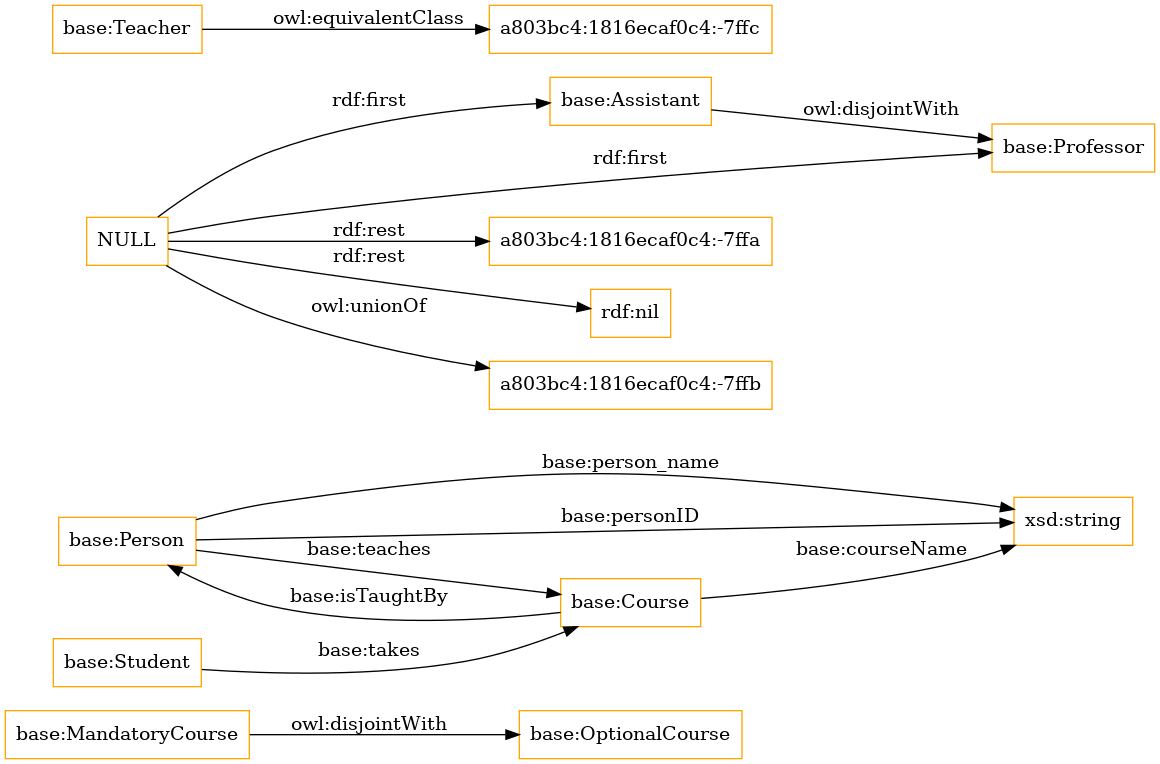
This is OnToology/MiniUniv_owlgred.owl/diagrams/ar2dtool-class/MiniUniv_owlgred.owl.png from sergejsrk/MiniUniversity1, a Graphviz export, as it was before one commit. Its source is kept beside it as OnToology/MiniUniv_owlgred.owl/diagrams/ar2dtool-class/MiniUniv_owlgred.owl.png.dot. Source of this version:
```dot
digraph ar2dtool_diagram {
rankdir=LR;
size="1501"
node [shape = rectangle, color="orange"]; "base:OptionalCourse" "base:Person" "base:Assistant" "a803bc4:1816ecaf0c4:-7ffc" "base:Course" "base:MandatoryCourse" "base:Student" "base:Professor" "base:Teacher" ; /*classes style*/
	"base:Teacher" -> "a803bc4:1816ecaf0c4:-7ffc" [ label = "owl:equivalentClass" ];
	"base:MandatoryCourse" -> "base:OptionalCourse" [ label = "owl:disjointWith" ];
	"base:Assistant" -> "base:Professor" [ label = "owl:disjointWith" ];
	"NULL" -> "a803bc4:1816ecaf0c4:-7ffa" [ label = "rdf:rest" ];
	"NULL" -> "base:Assistant" [ label = "rdf:first" ];
	"NULL" -> "rdf:nil" [ label = "rdf:rest" ];
	"NULL" -> "base:Professor" [ label = "rdf:first" ];
	"NULL" -> "a803bc4:1816ecaf0c4:-7ffb" [ label = "owl:unionOf" ];
	"base:Person" -> "xsd:string" [ label = "base:person_name" ];
	"base:Person" -> "base:Course" [ label = "base:teaches" ];
	"base:Course" -> "base:Person" [ label = "base:isTaughtBy" ];
	"base:Person" -> "xsd:string" [ label = "base:personID" ];
	"base:Student" -> "base:Course" [ label = "base:takes" ];
	"base:Course" -> "xsd:string" [ label = "base:courseName" ];

}
```
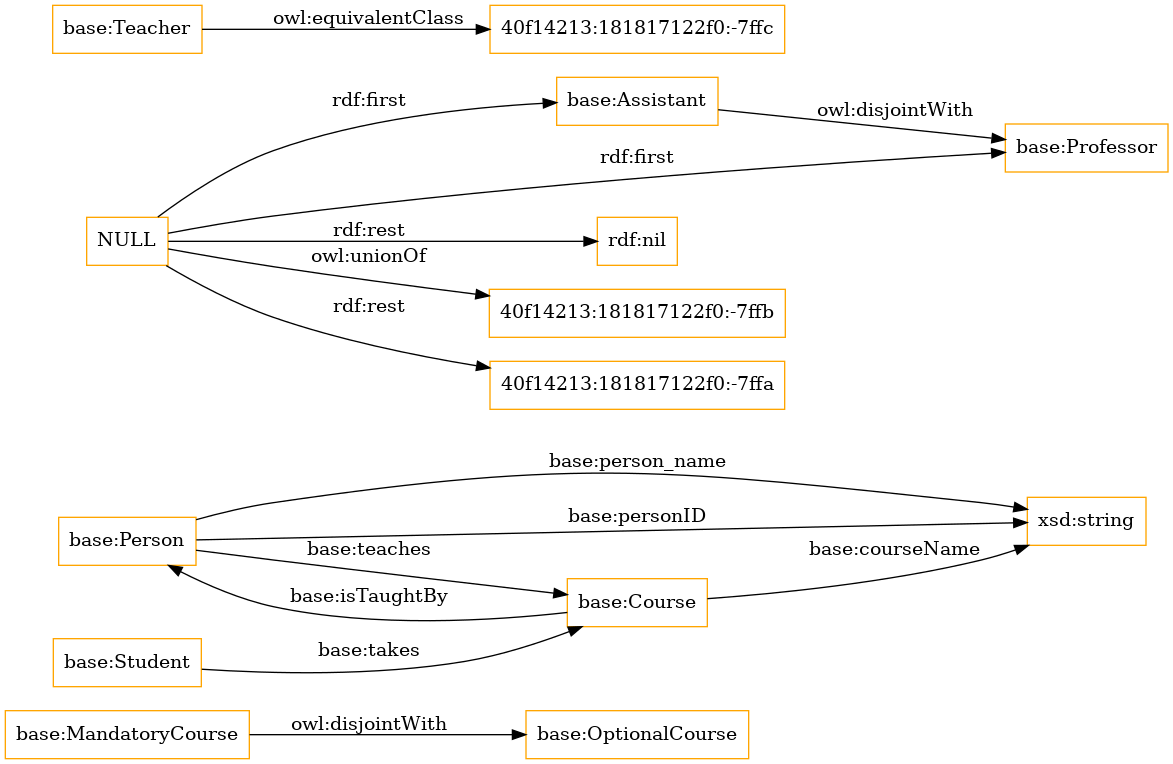
The same diagram one commit later.

Change to the diagram source:
```diff
@@ -1,15 +1,15 @@
 digraph ar2dtool_diagram {
 rankdir=LR;
 size="1501"
-node [shape = rectangle, color="orange"]; "base:OptionalCourse" "base:Person" "base:Assistant" "a803bc4:1816ecaf0c4:-7ffc" "base:Course" "base:MandatoryCourse" "base:Student" "base:Professor" "base:Teacher" ; /*classes style*/
-	"base:Teacher" -> "a803bc4:1816ecaf0c4:-7ffc" [ label = "owl:equivalentClass" ];
+node [shape = rectangle, color="orange"]; "base:OptionalCourse" "base:Person" "base:Assistant" "base:Course" "base:MandatoryCourse" "40f14213:181817122f0:-7ffc" "base:Student" "base:Professor" "base:Teacher" ; /*classes style*/
+	"base:Teacher" -> "40f14213:181817122f0:-7ffc" [ label = "owl:equivalentClass" ];
 	"base:MandatoryCourse" -> "base:OptionalCourse" [ label = "owl:disjointWith" ];
 	"base:Assistant" -> "base:Professor" [ label = "owl:disjointWith" ];
-	"NULL" -> "a803bc4:1816ecaf0c4:-7ffa" [ label = "rdf:rest" ];
-	"NULL" -> "base:Assistant" [ label = "rdf:first" ];
 	"NULL" -> "rdf:nil" [ label = "rdf:rest" ];
 	"NULL" -> "base:Professor" [ label = "rdf:first" ];
-	"NULL" -> "a803bc4:1816ecaf0c4:-7ffb" [ label = "owl:unionOf" ];
+	"NULL" -> "40f14213:181817122f0:-7ffb" [ label = "owl:unionOf" ];
+	"NULL" -> "40f14213:181817122f0:-7ffa" [ label = "rdf:rest" ];
+	"NULL" -> "base:Assistant" [ label = "rdf:first" ];
 	"base:Person" -> "xsd:string" [ label = "base:person_name" ];
 	"base:Person" -> "base:Course" [ label = "base:teaches" ];
 	"base:Course" -> "base:Person" [ label = "base:isTaughtBy" ];
```
